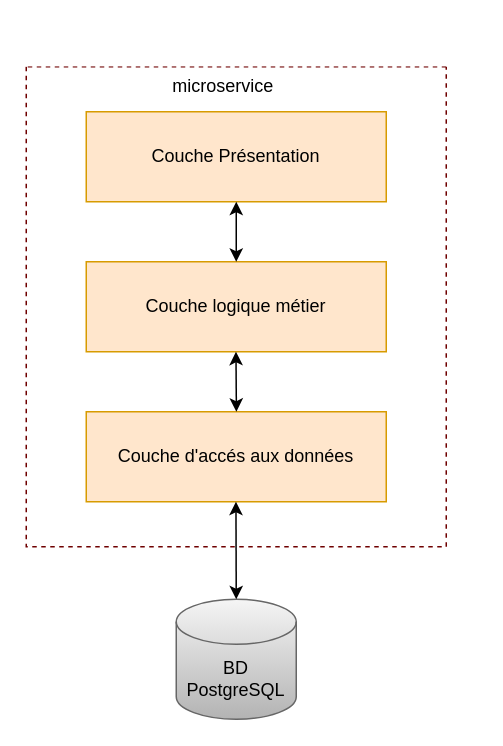
This is architecture logicielle.drawio from amine-elarass49/angular_doc, a draw.io file, before an edit. Source tidied: cells renumbered, new cells numbered last; positions are measured from the earlier drawing's top-left corner, leaving out a move shared by most shapes. Both pictures are drawn from the tidied source at 150%, with x=0, y=0 at pixel (26, 63).
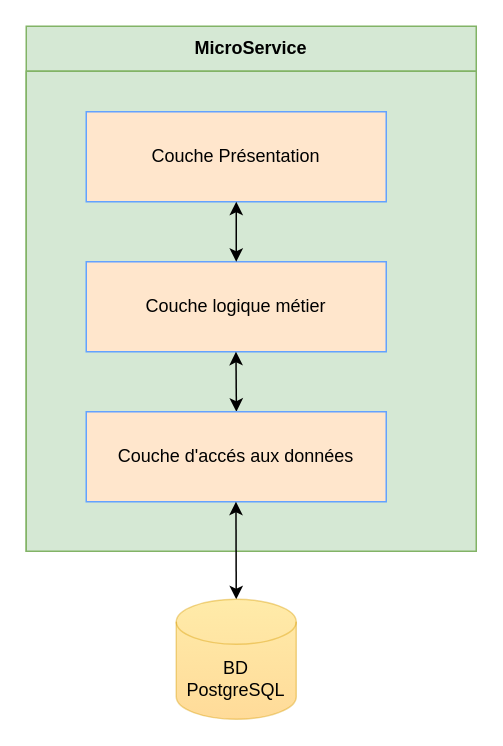
After the change.

What changed in the source:
```diff
@@
 <mxGraphModel>
   <root>
     <mxCell id="0" />
     <mxCell id="1" parent="0" />
+    <mxCell id="11" value="MicroService" style="swimlane;whiteSpace=wrap;html=1;fillColor=#D5E8D4;strokeColor=#82b366;startSize=30;" parent="1" vertex="1">
+      <mxGeometry y="-25" width="300" height="350" as="geometry" />
+    </mxCell>
+    <mxCell id="12" style="rounded=0;whiteSpace=wrap;html=1;strokeColor=#82b366;fillColor=#D5E8D4;" parent="1" vertex="1">
+      <mxGeometry y="5" width="300" height="320" as="geometry" />
+    </mxCell>
-    <mxCell id="2" value="&lt;div&gt;Couche Présentation&lt;/div&gt;" style="rounded=0;whiteSpace=wrap;html=1;fillColor=#ffe6cc;strokeColor=#d79b00;" parent="1" vertex="1">
+    <mxCell id="2" value="&lt;div&gt;Couche Présentation&lt;/div&gt;" style="rounded=0;whiteSpace=wrap;html=1;fillColor=#ffe6cc;strokeColor=#63A2FF;" parent="1" vertex="1">
       <mxGeometry x="40" y="32" width="200" height="60" as="geometry" />
     </mxCell>
-    <mxCell id="3" value="&lt;div&gt;Couche logique métier&lt;br&gt;&lt;/div&gt;" style="rounded=0;whiteSpace=wrap;html=1;fillColor=#ffe6cc;strokeColor=#d79b00;" parent="1" vertex="1">
+    <mxCell id="3" value="&lt;div&gt;Couche logique métier&lt;br&gt;&lt;/div&gt;" style="rounded=0;whiteSpace=wrap;html=1;fillColor=#ffe6cc;strokeColor=#63A2FF;" parent="1" vertex="1">
       <mxGeometry x="40" y="132" width="200" height="60" as="geometry" />
     </mxCell>
+    <mxCell id="9" style="endArrow=classic;startArrow=classic;html=1;rounded=0;" parent="1" edge="1" target="2">
+      <mxGeometry relative="1" as="geometry">
+        <mxPoint x="140" y="132" as="sourcePoint" />
+      </mxGeometry>
+    </mxCell>
+    <mxCell id="7" style="endArrow=classic;startArrow=classic;html=1;rounded=0;exitX=0.5;exitY=0;exitDx=0;exitDy=0;" parent="1" edge="1">
+      <mxGeometry relative="1" as="geometry">
+        <mxPoint x="140.1" y="232" as="sourcePoint" />
+        <mxPoint x="139.8" y="192" as="targetPoint" />
+      </mxGeometry>
+    </mxCell>
-    <mxCell id="4" value="&lt;div&gt;Couche d'accés aux données&lt;br&gt;&lt;/div&gt;" style="rounded=0;whiteSpace=wrap;html=1;fillColor=#ffe6cc;strokeColor=#d79b00;" parent="1" vertex="1">
+    <mxCell id="4" value="&lt;div&gt;Couche d'accés aux données&lt;br&gt;&lt;/div&gt;" style="rounded=0;whiteSpace=wrap;html=1;fillColor=#ffe6cc;strokeColor=#63A2FF;" parent="1" vertex="1">
       <mxGeometry x="40" y="232" width="200" height="60" as="geometry" />
     </mxCell>
+    <mxCell id="8" style="endArrow=classic;startArrow=classic;html=1;rounded=0;exitX=0.5;exitY=0;exitDx=0;exitDy=0;exitPerimeter=0;" parent="1" edge="1" source="5">
+      <mxGeometry relative="1" as="geometry">
+        <mxPoint x="139.8" y="292" as="targetPoint" />
+      </mxGeometry>
+    </mxCell>
-    <mxCell id="5" value="BD PostgreSQL" style="shape=cylinder3;whiteSpace=wrap;html=1;boundedLbl=1;backgroundOutline=1;size=15;fillColor=#f5f5f5;strokeColor=#666666;gradientColor=#b3b3b3;" parent="1" vertex="1">
+    <mxCell id="5" value="BD PostgreSQL" style="shape=cylinder3;whiteSpace=wrap;html=1;boundedLbl=1;backgroundOutline=1;size=15;fillColor=#ffcd28;strokeColor=#d79b00;opacity=40;gradientColor=#ffa500;" parent="1" vertex="1">
       <mxGeometry x="100" y="357" width="80" height="80" as="geometry" />
     </mxCell>
-    <mxCell id="6" style="swimlane;startSize=0;fillColor=#3584e4;strokeColor=#6F0000;fillStyle=zigzag-line;rounded=1;shadow=0;glass=1;swimlaneFillColor=none;fontColor=#ffffff;dashed=1;" parent="1" vertex="1">
-      <mxGeometry y="2" width="280" height="320" as="geometry" />
-    </mxCell>
-    <mxCell id="7" style="endArrow=classic;startArrow=classic;html=1;rounded=0;exitX=0.5;exitY=0;exitDx=0;exitDy=0;" parent="6" edge="1">
-      <mxGeometry relative="1" as="geometry">
-        <mxPoint x="140.1" y="230" as="sourcePoint" />
-        <mxPoint x="139.8" y="190" as="targetPoint" />
-      </mxGeometry>
-    </mxCell>
-    <mxCell id="8" style="endArrow=classic;startArrow=classic;html=1;rounded=0;exitX=0.5;exitY=0;exitDx=0;exitDy=0;exitPerimeter=0;" parent="6" edge="1" source="5">
-      <mxGeometry relative="1" as="geometry">
-        <mxPoint x="139.8" y="290" as="targetPoint" />
-      </mxGeometry>
-    </mxCell>
-    <mxCell id="9" style="endArrow=classic;startArrow=classic;html=1;rounded=0;" parent="1" edge="1" target="2">
-      <mxGeometry relative="1" as="geometry">
-        <mxPoint x="140" y="132" as="sourcePoint" />
-      </mxGeometry>
-    </mxCell>
-    <mxCell id="10" value="microservice" style="text;html=1;align=center;verticalAlign=middle;strokeColor=none;fillColor=none;" parent="1" vertex="1">
-      <mxGeometry x="86" width="90" height="30" as="geometry" />
-    </mxCell>
   </root>
 </mxGraphModel>
```
